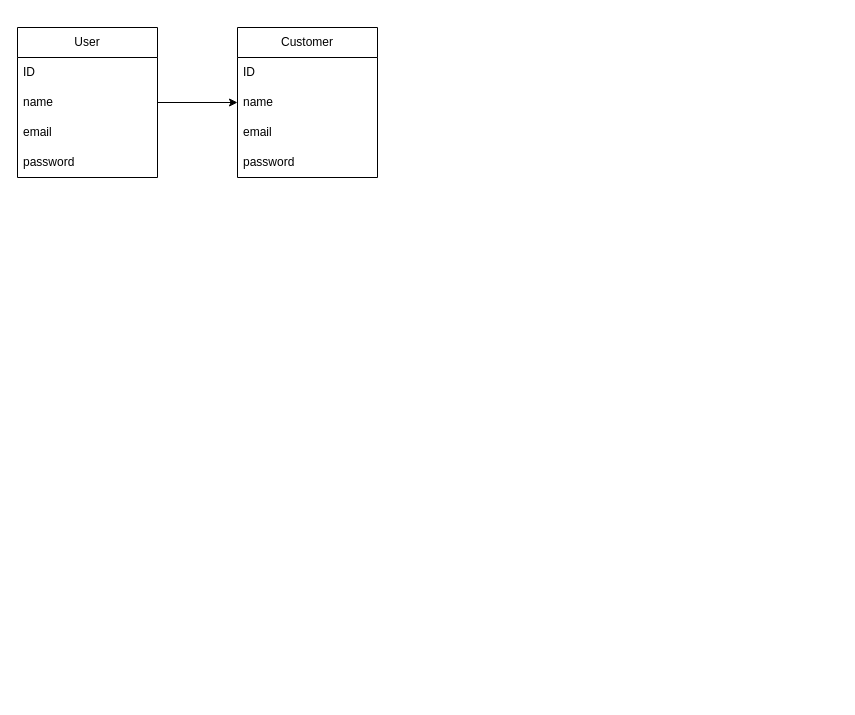
The draw.io diagram Diagrama sem nome.drawio in BrunoHoffmann/cats-ReactJS, before the edit. Source tidied: cells renumbered, new cells numbered last; positions are measured from the earlier drawing's top-left corner, leaving out a move shared by most shapes. Both pictures are drawn from the tidied source at 100%, with x=0, y=0 at pixel (17, 27).
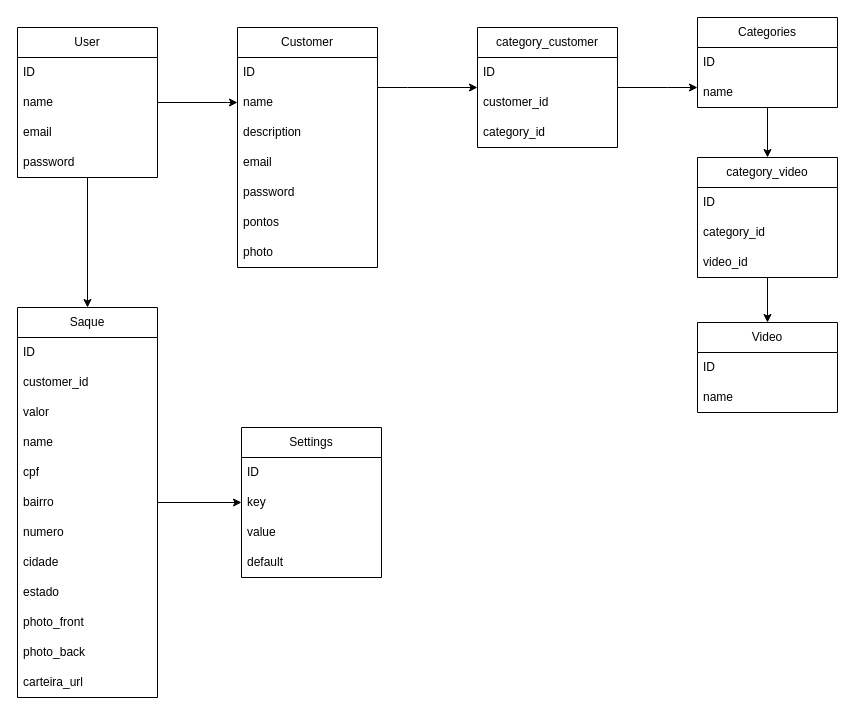
The same diagram, later.

Unchanged cells that the change refers to:
```xml
<mxCell id="3" value="User" style="swimlane;fontStyle=0;horizontal=1;startSize=30;whiteSpace=wrap;html=1;" parent="1" vertex="1">
  <mxGeometry width="140" height="150" as="geometry" />
</mxCell>
```

Change to the diagram source:
```diff
@@
     <mxCell id="2" style="edgeStyle=orthogonalEdgeStyle;rounded=0;jettySize=auto;html=1;" parent="1" edge="1" source="3" target="8">
-      <mxGeometry relative="1" as="geometry" />
+      <mxGeometry relative="1" as="geometry">
+        <Array as="points">
+          <mxPoint x="210" y="75" />
+          <mxPoint x="210" y="75" />
+        </Array>
+      </mxGeometry>
     </mxCell>
+    <mxCell id="13" style="edgeStyle=orthogonalEdgeStyle;rounded=0;jettySize=auto;html=1;" parent="1" edge="1" source="3" target="28">
+      <mxGeometry relative="1" as="geometry" />
+    </mxCell>
@@
+    <mxCell id="14" style="edgeStyle=orthogonalEdgeStyle;rounded=0;jettySize=auto;html=1;" parent="1" edge="1" source="8" target="50">
+      <mxGeometry relative="1" as="geometry">
+        <Array as="points">
+          <mxPoint x="390" y="60" />
+          <mxPoint x="390" y="60" />
+        </Array>
+      </mxGeometry>
+    </mxCell>
     <mxCell id="8" value="Customer" style="swimlane;fontStyle=0;horizontal=1;startSize=30;whiteSpace=wrap;html=1;" parent="1" vertex="1">
-      <mxGeometry x="220" width="140" height="150" as="geometry" />
+      <mxGeometry x="220" width="140" height="240" as="geometry" />
     </mxCell>
@@
+    <mxCell id="15" value="description" style="text;strokeColor=none;fillColor=none;align=left;verticalAlign=middle;spacingLeft=4;spacingRight=4;overflow=hidden;whiteSpace=wrap;html=1;" parent="8" vertex="1">
+      <mxGeometry y="90" width="140" height="30" as="geometry" />
+    </mxCell>
     <mxCell id="11" value="email" style="text;strokeColor=none;fillColor=none;align=left;verticalAlign=middle;spacingLeft=4;spacingRight=4;overflow=hidden;whiteSpace=wrap;html=1;" parent="8" vertex="1">
-      <mxGeometry y="90" width="140" height="30" as="geometry" />
+      <mxGeometry y="120" width="140" height="30" as="geometry" />
     </mxCell>
     <mxCell id="12" value="password" style="text;strokeColor=none;fillColor=none;align=left;verticalAlign=middle;spacingLeft=4;spacingRight=4;overflow=hidden;whiteSpace=wrap;html=1;" parent="8" vertex="1">
-      <mxGeometry y="120" width="140" height="30" as="geometry" />
+      <mxGeometry y="150" width="140" height="30" as="geometry" />
     </mxCell>
+    <mxCell id="16" value="pontos" style="text;strokeColor=none;fillColor=none;align=left;verticalAlign=middle;spacingLeft=4;spacingRight=4;overflow=hidden;whiteSpace=wrap;html=1;" parent="8" vertex="1">
+      <mxGeometry y="180" width="140" height="30" as="geometry" />
+    </mxCell>
+    <mxCell id="17" value="photo" style="text;strokeColor=none;fillColor=none;align=left;verticalAlign=middle;spacingLeft=4;spacingRight=4;overflow=hidden;whiteSpace=wrap;html=1;" parent="8" vertex="1">
+      <mxGeometry y="210" width="140" height="30" as="geometry" />
+    </mxCell>
+    <mxCell id="18" style="edgeStyle=orthogonalEdgeStyle;rounded=0;jettySize=auto;html=1;" parent="1" edge="1" source="19" target="23">
+      <mxGeometry relative="1" as="geometry" />
+    </mxCell>
+    <mxCell id="19" value="Categories" style="swimlane;fontStyle=0;horizontal=1;startSize=30;whiteSpace=wrap;html=1;" parent="1" vertex="1">
+      <mxGeometry x="680" y="-10" width="140" height="90" as="geometry" />
+    </mxCell>
+    <mxCell id="20" value="ID" style="text;strokeColor=none;fillColor=none;align=left;verticalAlign=middle;spacingLeft=4;spacingRight=4;overflow=hidden;whiteSpace=wrap;html=1;" parent="19" vertex="1">
+      <mxGeometry y="30" width="140" height="30" as="geometry" />
+    </mxCell>
+    <mxCell id="21" value="name" style="text;strokeColor=none;fillColor=none;align=left;verticalAlign=middle;spacingLeft=4;spacingRight=4;overflow=hidden;points=[[0,0.5],[1,0.5]];portConstraint=eastwest;whiteSpace=wrap;html=1;" parent="19" vertex="1">
+      <mxGeometry y="60" width="140" height="30" as="geometry" />
+    </mxCell>
+    <mxCell id="22" style="edgeStyle=orthogonalEdgeStyle;rounded=0;jettySize=auto;html=1;" parent="1" edge="1" source="23" target="46">
+      <mxGeometry relative="1" as="geometry" />
+    </mxCell>
+    <mxCell id="23" value="category_video" style="swimlane;fontStyle=0;horizontal=1;startSize=30;whiteSpace=wrap;html=1;" parent="1" vertex="1">
+      <mxGeometry x="680" y="130" width="140" height="120" as="geometry" />
+    </mxCell>
+    <mxCell id="24" value="ID" style="text;strokeColor=none;fillColor=none;align=left;verticalAlign=middle;spacingLeft=4;spacingRight=4;overflow=hidden;whiteSpace=wrap;html=1;" parent="23" vertex="1">
+      <mxGeometry y="30" width="140" height="30" as="geometry" />
+    </mxCell>
+    <mxCell id="25" value="category_id" style="text;strokeColor=none;fillColor=none;align=left;verticalAlign=middle;spacingLeft=4;spacingRight=4;overflow=hidden;whiteSpace=wrap;html=1;" parent="23" vertex="1">
+      <mxGeometry y="60" width="140" height="30" as="geometry" />
+    </mxCell>
+    <mxCell id="26" value="video_id" style="text;strokeColor=none;fillColor=none;align=left;verticalAlign=middle;spacingLeft=4;spacingRight=4;overflow=hidden;whiteSpace=wrap;html=1;" parent="23" vertex="1">
+      <mxGeometry y="90" width="140" height="30" as="geometry" />
+    </mxCell>
+    <mxCell id="27" style="edgeStyle=orthogonalEdgeStyle;rounded=0;jettySize=auto;html=1;" parent="1" edge="1" source="28" target="41">
+      <mxGeometry relative="1" as="geometry" />
+    </mxCell>
+    <mxCell id="28" value="Saque" style="swimlane;fontStyle=0;horizontal=1;startSize=30;whiteSpace=wrap;html=1;" parent="1" vertex="1">
+      <mxGeometry y="280" width="140" height="390" as="geometry" />
+    </mxCell>
+    <mxCell id="29" value="ID" style="text;strokeColor=none;fillColor=none;align=left;verticalAlign=middle;spacingLeft=4;spacingRight=4;overflow=hidden;whiteSpace=wrap;html=1;" parent="28" vertex="1">
+      <mxGeometry y="30" width="140" height="30" as="geometry" />
+    </mxCell>
+    <mxCell id="30" value="customer_id" style="text;strokeColor=none;fillColor=none;align=left;verticalAlign=middle;spacingLeft=4;spacingRight=4;overflow=hidden;whiteSpace=wrap;html=1;" parent="28" vertex="1">
+      <mxGeometry y="60" width="140" height="30" as="geometry" />
+    </mxCell>
+    <mxCell id="31" value="valor" style="text;strokeColor=none;fillColor=none;align=left;verticalAlign=middle;spacingLeft=4;spacingRight=4;overflow=hidden;whiteSpace=wrap;html=1;" parent="28" vertex="1">
+      <mxGeometry y="90" width="140" height="30" as="geometry" />
+    </mxCell>
+    <mxCell id="32" value="name" style="text;strokeColor=none;fillColor=none;align=left;verticalAlign=middle;spacingLeft=4;spacingRight=4;overflow=hidden;whiteSpace=wrap;html=1;" parent="28" vertex="1">
+      <mxGeometry y="120" width="140" height="30" as="geometry" />
+    </mxCell>
+    <mxCell id="33" value="cpf" style="text;strokeColor=none;fillColor=none;align=left;verticalAlign=middle;spacingLeft=4;spacingRight=4;overflow=hidden;whiteSpace=wrap;html=1;" parent="28" vertex="1">
+      <mxGeometry y="150" width="140" height="30" as="geometry" />
+    </mxCell>
+    <mxCell id="34" value="bairro" style="text;strokeColor=none;fillColor=none;align=left;verticalAlign=middle;spacingLeft=4;spacingRight=4;overflow=hidden;whiteSpace=wrap;html=1;" parent="28" vertex="1">
+      <mxGeometry y="180" width="140" height="30" as="geometry" />
+    </mxCell>
+    <mxCell id="35" value="numero" style="text;strokeColor=none;fillColor=none;align=left;verticalAlign=middle;spacingLeft=4;spacingRight=4;overflow=hidden;whiteSpace=wrap;html=1;" parent="28" vertex="1">
+      <mxGeometry y="210" width="140" height="30" as="geometry" />
+    </mxCell>
+    <mxCell id="36" value="cidade" style="text;strokeColor=none;fillColor=none;align=left;verticalAlign=middle;spacingLeft=4;spacingRight=4;overflow=hidden;whiteSpace=wrap;html=1;" parent="28" vertex="1">
+      <mxGeometry y="240" width="140" height="30" as="geometry" />
+    </mxCell>
+    <mxCell id="37" value="estado" style="text;strokeColor=none;fillColor=none;align=left;verticalAlign=middle;spacingLeft=4;spacingRight=4;overflow=hidden;whiteSpace=wrap;html=1;" parent="28" vertex="1">
+      <mxGeometry y="270" width="140" height="30" as="geometry" />
+    </mxCell>
+    <mxCell id="38" value="photo_front" style="text;strokeColor=none;fillColor=none;align=left;verticalAlign=middle;spacingLeft=4;spacingRight=4;overflow=hidden;whiteSpace=wrap;html=1;" parent="28" vertex="1">
+      <mxGeometry y="300" width="140" height="30" as="geometry" />
+    </mxCell>
+    <mxCell id="39" value="photo_back" style="text;strokeColor=none;fillColor=none;align=left;verticalAlign=middle;spacingLeft=4;spacingRight=4;overflow=hidden;whiteSpace=wrap;html=1;" parent="28" vertex="1">
+      <mxGeometry y="330" width="140" height="30" as="geometry" />
+    </mxCell>
+    <mxCell id="40" value="carteira_url" style="text;strokeColor=none;fillColor=none;align=left;verticalAlign=middle;spacingLeft=4;spacingRight=4;overflow=hidden;whiteSpace=wrap;html=1;" parent="28" vertex="1">
+      <mxGeometry y="360" width="140" height="30" as="geometry" />
+    </mxCell>
+    <mxCell id="41" value="Settings" style="swimlane;fontStyle=0;horizontal=1;startSize=30;whiteSpace=wrap;html=1;" parent="1" vertex="1">
+      <mxGeometry x="224" y="400" width="140" height="150" as="geometry" />
+    </mxCell>
+    <mxCell id="42" value="ID" style="text;strokeColor=none;fillColor=none;align=left;verticalAlign=middle;spacingLeft=4;spacingRight=4;overflow=hidden;whiteSpace=wrap;html=1;" parent="41" vertex="1">
+      <mxGeometry y="30" width="140" height="30" as="geometry" />
+    </mxCell>
+    <mxCell id="43" value="key" style="text;strokeColor=none;fillColor=none;align=left;verticalAlign=middle;spacingLeft=4;spacingRight=4;overflow=hidden;whiteSpace=wrap;html=1;" parent="41" vertex="1">
+      <mxGeometry y="60" width="140" height="30" as="geometry" />
+    </mxCell>
+    <mxCell id="44" value="value" style="text;strokeColor=none;fillColor=none;align=left;verticalAlign=middle;spacingLeft=4;spacingRight=4;overflow=hidden;whiteSpace=wrap;html=1;" parent="41" vertex="1">
+      <mxGeometry y="90" width="140" height="30" as="geometry" />
+    </mxCell>
+    <mxCell id="45" value="default" style="text;strokeColor=none;fillColor=none;align=left;verticalAlign=middle;spacingLeft=4;spacingRight=4;overflow=hidden;whiteSpace=wrap;html=1;" parent="41" vertex="1">
+      <mxGeometry y="120" width="140" height="30" as="geometry" />
+    </mxCell>
+    <mxCell id="46" value="Video" style="swimlane;fontStyle=0;horizontal=1;startSize=30;whiteSpace=wrap;html=1;" parent="1" vertex="1">
+      <mxGeometry x="680" y="295" width="140" height="90" as="geometry" />
+    </mxCell>
+    <mxCell id="47" value="ID" style="text;strokeColor=none;fillColor=none;align=left;verticalAlign=middle;spacingLeft=4;spacingRight=4;overflow=hidden;whiteSpace=wrap;html=1;" parent="46" vertex="1">
+      <mxGeometry y="30" width="140" height="30" as="geometry" />
+    </mxCell>
+    <mxCell id="48" value="name" style="text;strokeColor=none;fillColor=none;align=left;verticalAlign=middle;spacingLeft=4;spacingRight=4;overflow=hidden;whiteSpace=wrap;html=1;" parent="46" vertex="1">
+      <mxGeometry y="60" width="140" height="30" as="geometry" />
+    </mxCell>
+    <mxCell id="49" style="edgeStyle=orthogonalEdgeStyle;rounded=0;jettySize=auto;html=1;" parent="1" edge="1" source="50" target="21">
+      <mxGeometry relative="1" as="geometry">
+        <Array as="points">
+          <mxPoint x="650" y="60" />
+          <mxPoint x="650" y="60" />
+        </Array>
+      </mxGeometry>
+    </mxCell>
+    <mxCell id="50" value="category_customer" style="swimlane;fontStyle=0;horizontal=1;startSize=30;whiteSpace=wrap;html=1;" parent="1" vertex="1">
+      <mxGeometry x="460" width="140" height="120" as="geometry" />
+    </mxCell>
+    <mxCell id="51" value="ID" style="text;strokeColor=none;fillColor=none;align=left;verticalAlign=middle;spacingLeft=4;spacingRight=4;overflow=hidden;whiteSpace=wrap;html=1;" parent="50" vertex="1">
+      <mxGeometry y="30" width="140" height="30" as="geometry" />
+    </mxCell>
+    <mxCell id="52" value="customer_id" style="text;strokeColor=none;fillColor=none;align=left;verticalAlign=middle;spacingLeft=4;spacingRight=4;overflow=hidden;whiteSpace=wrap;html=1;" parent="50" vertex="1">
+      <mxGeometry y="60" width="140" height="30" as="geometry" />
+    </mxCell>
+    <mxCell id="53" value="category_id" style="text;strokeColor=none;fillColor=none;align=left;verticalAlign=middle;spacingLeft=4;spacingRight=4;overflow=hidden;whiteSpace=wrap;html=1;" parent="50" vertex="1">
+      <mxGeometry y="90" width="140" height="30" as="geometry" />
+    </mxCell>
```
